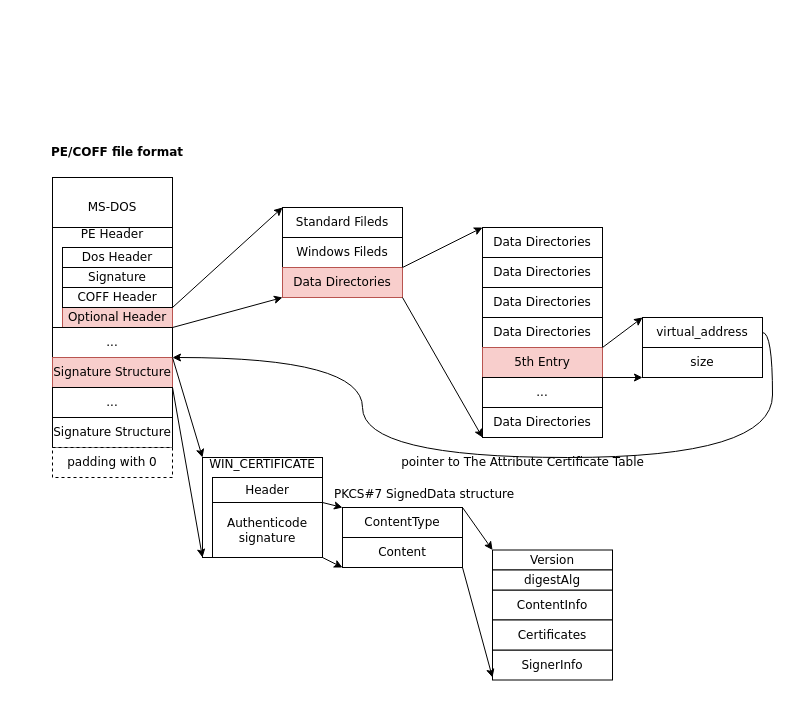
Earlier version of the draw.io diagram signatrust.drawio (pkking/mydrawio). Source tidied: cells renumbered, new cells numbered last; positions are measured from the earlier drawing's top-left corner, leaving out a move shared by most shapes. Both pictures are drawn from the tidied source at 100%, with x=0, y=0 at pixel (17, 137).
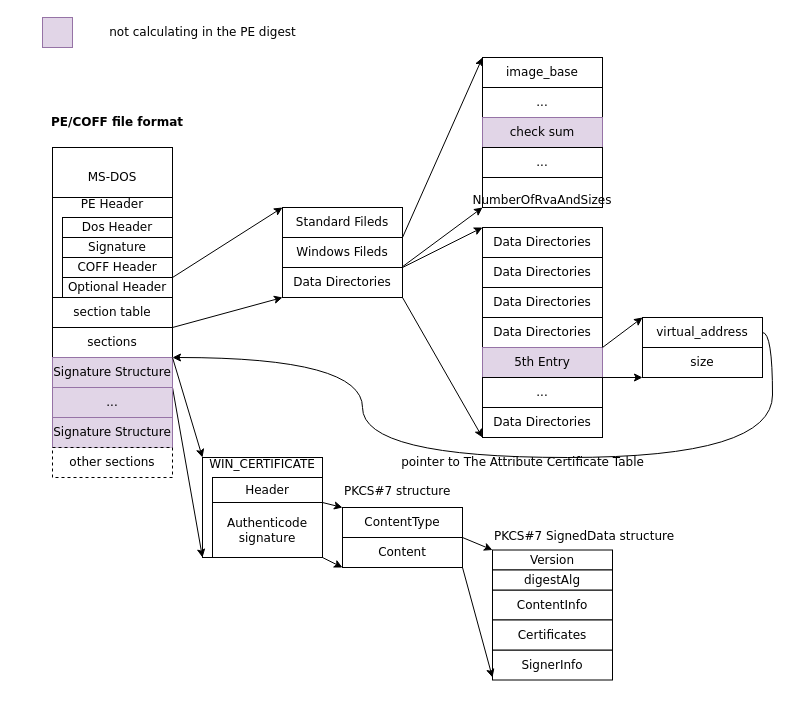
The same diagram, later.

Unchanged cells that the change refers to:
```xml
<mxCell id="35" value="Version" style="rounded=0;whiteSpace=wrap;html=1;fontFamily=Verdana;" parent="1" vertex="1">
  <mxGeometry x="475" y="412.5" width="120" height="20" as="geometry" />
</mxCell>
<mxCell id="45" value="Content" style="rounded=0;whiteSpace=wrap;html=1;fontFamily=Verdana;" parent="1" vertex="1">
  <mxGeometry x="325" y="400" width="120" height="30" as="geometry" />
</mxCell>
```

Change to the diagram source:
```diff
@@
     <mxCell id="3" value="&lt;font&gt;&lt;b&gt;PE/COFF file format&lt;/b&gt;&lt;/font&gt;" style="text;html=1;strokeColor=none;fillColor=none;align=center;verticalAlign=middle;whiteSpace=wrap;rounded=0;fontFamily=Verdana;" parent="1" vertex="1">
-      <mxGeometry width="200" height="30" as="geometry" />
+      <mxGeometry y="-30" width="200" height="30" as="geometry" />
     </mxCell>
     <mxCell id="4" value="MS-DOS" style="rounded=0;whiteSpace=wrap;html=1;fontFamily=Verdana;" parent="1" vertex="1">
-      <mxGeometry x="35" y="40" width="120" height="60" as="geometry" />
+      <mxGeometry x="35" y="10" width="120" height="60" as="geometry" />
     </mxCell>
     <mxCell id="5" value="&lt;div&gt;PE Header&lt;/div&gt;&lt;div&gt;&lt;br&gt;&lt;/div&gt;&lt;div&gt;&lt;br&gt;&lt;/div&gt;&lt;div&gt;&lt;br&gt;&lt;/div&gt;&lt;div&gt;&lt;br&gt;&lt;/div&gt;&lt;div&gt;&lt;br&gt;&lt;/div&gt;&lt;div&gt;&lt;br&gt;&lt;/div&gt;" style="rounded=0;whiteSpace=wrap;html=1;fontFamily=Verdana;" parent="1" vertex="1">
-      <mxGeometry x="35" y="90" width="120" height="100" as="geometry" />
+      <mxGeometry x="35" y="60" width="120" height="100" as="geometry" />
     </mxCell>
-    <mxCell id="6" value="Optional Header" style="rounded=0;whiteSpace=wrap;html=1;fillColor=#f8cecc;strokeColor=#b85450;fontFamily=Verdana;" parent="1" vertex="1">
-      <mxGeometry x="45" y="170" width="110" height="20" as="geometry" />
+    <mxCell id="6" value="Optional Header" style="rounded=0;whiteSpace=wrap;html=1;fontFamily=Verdana;" parent="1" vertex="1">
+      <mxGeometry x="45" y="140" width="110" height="20" as="geometry" />
     </mxCell>
@@
-    <mxCell id="10" value="Data Directories" style="rounded=0;whiteSpace=wrap;html=1;fillColor=#f8cecc;strokeColor=#b85450;fontFamily=Verdana;" parent="1" vertex="1">
+    <mxCell id="10" value="Data Directories" style="rounded=0;whiteSpace=wrap;html=1;fontFamily=Verdana;" parent="1" vertex="1">
       <mxGeometry x="265" y="130" width="120" height="30" as="geometry" />
     </mxCell>
     <mxCell id="11" value="COFF Header" style="rounded=0;whiteSpace=wrap;html=1;fontFamily=Verdana;" parent="1" vertex="1">
-      <mxGeometry x="45" y="150" width="110" height="20" as="geometry" />
+      <mxGeometry x="45" y="120" width="110" height="20" as="geometry" />
     </mxCell>
     <mxCell id="12" value="Signature" style="rounded=0;whiteSpace=wrap;html=1;fontFamily=Verdana;" parent="1" vertex="1">
-      <mxGeometry x="45" y="130" width="110" height="20" as="geometry" />
+      <mxGeometry x="45" y="100" width="110" height="20" as="geometry" />
     </mxCell>
     <mxCell id="13" value="Dos Header" style="rounded=0;whiteSpace=wrap;html=1;fontFamily=Verdana;" parent="1" vertex="1">
-      <mxGeometry x="45" y="110" width="110" height="20" as="geometry" />
+      <mxGeometry x="45" y="80" width="110" height="20" as="geometry" />
     </mxCell>
@@
-    <mxCell id="20" value="5th Entry" style="rounded=0;whiteSpace=wrap;html=1;fillColor=#f8cecc;strokeColor=#b85450;fontFamily=Verdana;" parent="1" vertex="1">
+    <mxCell id="20" value="5th Entry" style="rounded=0;whiteSpace=wrap;html=1;fillColor=#e1d5e7;strokeColor=#9673a6;fontFamily=Verdana;" parent="1" vertex="1">
       <mxGeometry x="465" y="210" width="120" height="30" as="geometry" />
     </mxCell>
@@
-    <mxCell id="29" value="..." style="rounded=0;whiteSpace=wrap;html=1;fontFamily=Verdana;" parent="1" vertex="1">
+    <mxCell id="29" value="sections" style="rounded=0;whiteSpace=wrap;html=1;fontFamily=Verdana;" parent="1" vertex="1">
       <mxGeometry x="35" y="190" width="120" height="30" as="geometry" />
     </mxCell>
-    <mxCell id="30" value="Signature Structure" style="rounded=0;whiteSpace=wrap;html=1;fillColor=#f8cecc;strokeColor=#b85450;fontFamily=Verdana;" parent="1" vertex="1">
+    <mxCell id="30" value="Signature Structure" style="rounded=0;whiteSpace=wrap;html=1;fillColor=#e1d5e7;strokeColor=#9673a6;fontFamily=Verdana;" parent="1" vertex="1">
       <mxGeometry x="35" y="220" width="120" height="30" as="geometry" />
     </mxCell>
@@
     <mxCell id="37" value="&lt;div&gt; PKCS#7 SignedData structure&lt;font&gt;&lt;b&gt;&lt;/b&gt;&lt;/font&gt;&lt;/div&gt;&lt;div&gt;&lt;b&gt;&lt;font&gt;&lt;br&gt;&lt;/font&gt;&lt;/b&gt;&lt;/div&gt;&lt;div&gt;&lt;b&gt;&lt;font&gt;&lt;br&gt;&lt;/font&gt;&lt;/b&gt;&lt;/div&gt;&lt;div&gt;&lt;b&gt;&lt;font&gt;&lt;br&gt;&lt;/font&gt;&lt;/b&gt;&lt;/div&gt;&lt;div&gt;&lt;b&gt;&lt;font&gt;&lt;br&gt;&lt;/font&gt;&lt;/b&gt;&lt;/div&gt;&lt;div&gt;&lt;b&gt;&lt;font&gt;&lt;br&gt;&lt;/font&gt;&lt;/b&gt;&lt;/div&gt;&lt;div&gt;&lt;b&gt;&lt;font&gt;&lt;br&gt;&lt;/font&gt;&lt;/b&gt;&lt;/div&gt;&lt;div&gt;&lt;b&gt;&lt;font&gt;&lt;br&gt;&lt;/font&gt;&lt;/b&gt;&lt;/div&gt;&lt;div&gt;&lt;b&gt;&lt;font&gt;&lt;br&gt;&lt;/font&gt;&lt;/b&gt;&lt;/div&gt;" style="text;whiteSpace=wrap;html=1;fontFamily=Verdana;" parent="1" vertex="1">
-      <mxGeometry x="315" y="342.5" width="210" height="20" as="geometry" />
+      <mxGeometry x="475" y="385" width="210" height="20" as="geometry" />
     </mxCell>
@@
-    <mxCell id="42" value="..." style="rounded=0;whiteSpace=wrap;html=1;fontFamily=Verdana;" parent="1" vertex="1">
+    <mxCell id="42" value="..." style="rounded=0;whiteSpace=wrap;html=1;fontFamily=Verdana;fillColor=#e1d5e7;strokeColor=#9673a6;" parent="1" vertex="1">
       <mxGeometry x="35" y="250" width="120" height="30" as="geometry" />
     </mxCell>
-    <mxCell id="43" value="Signature Structure" style="rounded=0;whiteSpace=wrap;html=1;fontFamily=Verdana;" parent="1" vertex="1">
+    <mxCell id="43" value="Signature Structure" style="rounded=0;whiteSpace=wrap;html=1;fontFamily=Verdana;fillColor=#e1d5e7;strokeColor=#9673a6;" parent="1" vertex="1">
       <mxGeometry x="35" y="280" width="120" height="30" as="geometry" />
     </mxCell>
@@
-    <mxCell id="48" style="endArrow=classic;html=1;rounded=0;entryX=0;entryY=0;entryDx=0;entryDy=0;fontFamily=Verdana;" parent="1" edge="1" target="35">
-      <mxGeometry relative="1" as="geometry">
-        <mxPoint x="445" y="370" as="sourcePoint" />
-      </mxGeometry>
+    <mxCell id="48" style="endArrow=classic;html=1;rounded=0;entryX=0;entryY=0;entryDx=0;entryDy=0;fontFamily=Verdana;exitX=1;exitY=0;exitDx=0;exitDy=0;" parent="1" edge="1" source="45" target="35">
+      <mxGeometry relative="1" as="geometry" />
     </mxCell>
@@
-    <mxCell id="50" value="padding with 0" style="rounded=0;whiteSpace=wrap;html=1;fontFamily=Verdana;dashed=1;" parent="1" vertex="1">
+    <mxCell id="50" value="other sections" style="rounded=0;whiteSpace=wrap;html=1;fontFamily=Verdana;dashed=1;" parent="1" vertex="1">
       <mxGeometry x="35" y="310" width="120" height="30" as="geometry" />
     </mxCell>
+    <mxCell id="51" style="rounded=0;whiteSpace=wrap;html=1;fillColor=#e1d5e7;strokeColor=#9673a6;" parent="1" vertex="1">
+      <mxGeometry x="25" y="-120" width="30" height="30" as="geometry" />
+    </mxCell>
+    <mxCell id="52" value="not calculating in the PE digest" style="text;html=1;align=center;verticalAlign=middle;strokeColor=none;fillColor=none;fontFamily=Verdana;" parent="1" vertex="1">
+      <mxGeometry x="75" y="-120" width="220" height="30" as="geometry" />
+    </mxCell>
+    <mxCell id="53" value="image_base" style="rounded=0;whiteSpace=wrap;html=1;fontFamily=Verdana;" parent="1" vertex="1">
+      <mxGeometry x="465" y="-80" width="120" height="30" as="geometry" />
+    </mxCell>
+    <mxCell id="54" value="..." style="rounded=0;whiteSpace=wrap;html=1;fontFamily=Verdana;" parent="1" vertex="1">
+      <mxGeometry x="465" y="-50" width="120" height="30" as="geometry" />
+    </mxCell>
+    <mxCell id="55" value="check sum" style="rounded=0;whiteSpace=wrap;html=1;fillColor=#e1d5e7;strokeColor=#9673a6;fontFamily=Verdana;" parent="1" vertex="1">
+      <mxGeometry x="465" y="-20" width="120" height="30" as="geometry" />
+    </mxCell>
+    <mxCell id="56" value="..." style="rounded=0;whiteSpace=wrap;html=1;fontFamily=Verdana;" parent="1" vertex="1">
+      <mxGeometry x="465" y="10" width="120" height="30" as="geometry" />
+    </mxCell>
+    <mxCell id="57" value="&lt;br&gt;NumberOfRvaAndSizes " style="rounded=0;whiteSpace=wrap;html=1;fontFamily=Verdana;" parent="1" vertex="1">
+      <mxGeometry x="465" y="40" width="120" height="30" as="geometry" />
+    </mxCell>
+    <mxCell id="58" style="endArrow=classic;html=1;rounded=0;fontFamily=Verdana;entryX=0;entryY=0;entryDx=0;entryDy=0;" parent="1" edge="1" target="53">
+      <mxGeometry relative="1" as="geometry">
+        <mxPoint x="385" y="100" as="sourcePoint" />
+      </mxGeometry>
+    </mxCell>
+    <mxCell id="59" style="endArrow=classic;html=1;rounded=0;exitX=1;exitY=0;exitDx=0;exitDy=0;entryX=0;entryY=1;entryDx=0;entryDy=0;fontFamily=Verdana;" parent="1" edge="1" target="57">
+      <mxGeometry relative="1" as="geometry">
+        <mxPoint x="385" y="129.2" as="sourcePoint" />
+      </mxGeometry>
+    </mxCell>
+    <mxCell id="60" value="section table" style="rounded=0;whiteSpace=wrap;html=1;fontFamily=Verdana;" parent="1" vertex="1">
+      <mxGeometry x="35" y="160" width="120" height="30" as="geometry" />
+    </mxCell>
+    <mxCell id="61" value="&lt;div&gt; PKCS#7 structure&lt;/div&gt;&lt;div&gt;&lt;b&gt;&lt;font&gt;&lt;br&gt;&lt;/font&gt;&lt;/b&gt;&lt;/div&gt;&lt;div&gt;&lt;b&gt;&lt;font&gt;&lt;br&gt;&lt;/font&gt;&lt;/b&gt;&lt;/div&gt;&lt;div&gt;&lt;b&gt;&lt;font&gt;&lt;br&gt;&lt;/font&gt;&lt;/b&gt;&lt;/div&gt;&lt;div&gt;&lt;b&gt;&lt;font&gt;&lt;br&gt;&lt;/font&gt;&lt;/b&gt;&lt;/div&gt;&lt;div&gt;&lt;b&gt;&lt;font&gt;&lt;br&gt;&lt;/font&gt;&lt;/b&gt;&lt;/div&gt;&lt;div&gt;&lt;b&gt;&lt;font&gt;&lt;br&gt;&lt;/font&gt;&lt;/b&gt;&lt;/div&gt;&lt;div&gt;&lt;b&gt;&lt;font&gt;&lt;br&gt;&lt;/font&gt;&lt;/b&gt;&lt;/div&gt;&lt;div&gt;&lt;b&gt;&lt;font&gt;&lt;br&gt;&lt;/font&gt;&lt;/b&gt;&lt;/div&gt;" style="text;whiteSpace=wrap;html=1;fontFamily=Verdana;" parent="1" vertex="1">
+      <mxGeometry x="325" y="340" width="210" height="20" as="geometry" />
+    </mxCell>
```
